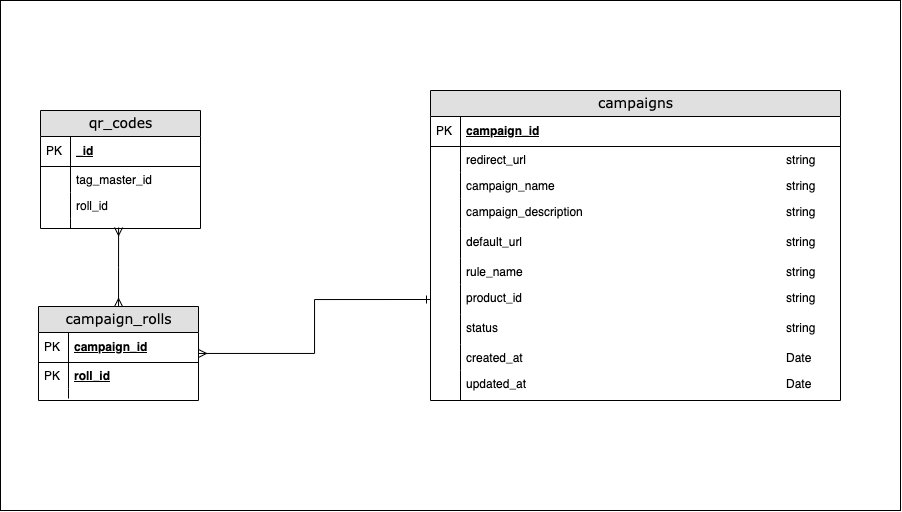
Before: db-diagram.png, a diagram exported from draw.io (dimuthulakshan/backend-challenge). Source tidied: cells renumbered, new cells last; positions are measured from the earlier drawing's top-left corner, leaving out a move shared by most shapes.
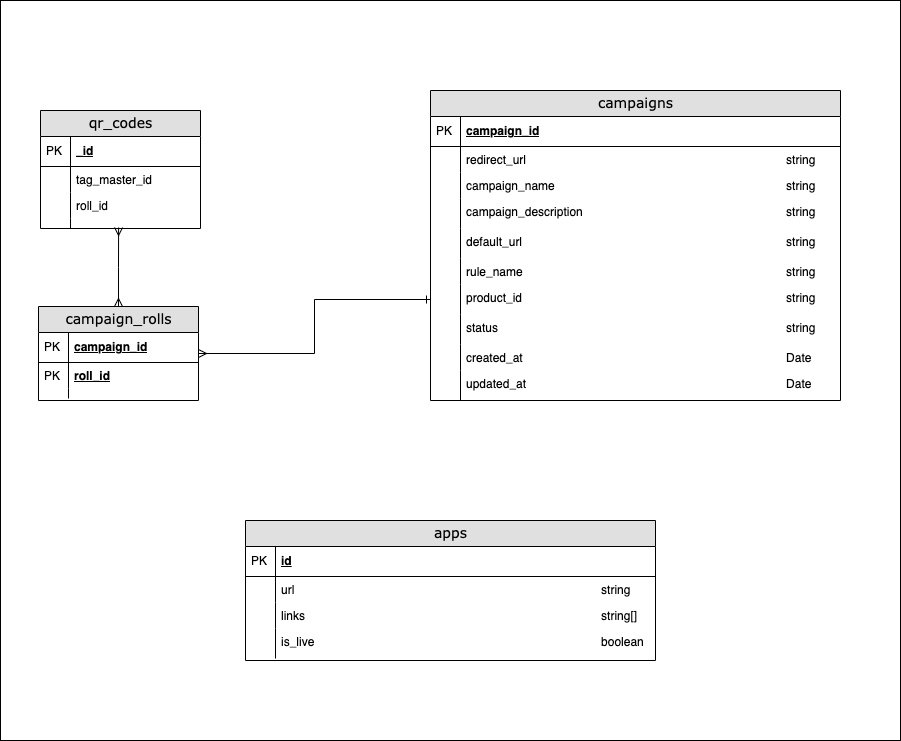
The same diagram one commit later.

Change to the diagram source:
```diff
@@ -3,7 +3,7 @@
     <mxCell id="0" />
     <mxCell id="1" parent="0" />
     <mxCell id="2" style="rounded=0;whiteSpace=wrap;html=1;" parent="1" vertex="1">
-      <mxGeometry width="900" height="510" as="geometry" />
+      <mxGeometry width="900" height="740" as="geometry" />
     </mxCell>
     <mxCell id="3" value="qr_codes" style="swimlane;html=1;fontStyle=0;horizontal=1;startSize=26;fillColor=#e0e0e0;swimlaneFillColor=#ffffff;align=center;rounded=0;shadow=0;comic=0;labelBackgroundColor=none;strokeWidth=1;fontFamily=Verdana;fontSize=14;swimlaneLine=1;" parent="1" vertex="1">
       <mxGeometry x="40" y="110" width="160" height="118" as="geometry" />
@@ -122,5 +122,32 @@
     <mxCell id="41" style="shape=partialRectangle;top=0;left=0;bottom=0;html=1;fillColor=none;align=left;verticalAlign=top;spacingLeft=4;spacingRight=4;whiteSpace=wrap;overflow=hidden;" parent="40" vertex="1">
       <mxGeometry width="30" height="10" as="geometry" />
     </mxCell>
+    <mxCell id="42" value="apps" style="swimlane;html=1;fontStyle=0;horizontal=1;startSize=26;fillColor=#e0e0e0;swimlaneFillColor=#ffffff;align=center;rounded=0;shadow=0;comic=0;labelBackgroundColor=none;strokeWidth=1;fontFamily=Verdana;fontSize=14;" parent="1" vertex="1">
+      <mxGeometry x="245" y="520" width="410" height="140" as="geometry" />
+    </mxCell>
+    <mxCell id="43" value="id" style="shape=partialRectangle;top=0;left=0;right=0;bottom=1;html=1;align=left;verticalAlign=middle;fillColor=none;spacingLeft=34;spacingRight=4;whiteSpace=wrap;overflow=hidden;fontStyle=5;" parent="42" vertex="1">
+      <mxGeometry y="26" width="410" height="30" as="geometry" />
+    </mxCell>
+    <mxCell id="44" value="PK" style="shape=partialRectangle;top=0;left=0;bottom=0;html=1;fillColor=none;align=left;verticalAlign=middle;spacingLeft=4;spacingRight=4;whiteSpace=wrap;overflow=hidden;" parent="43" vertex="1">
+      <mxGeometry width="30" height="30" as="geometry" />
+    </mxCell>
+    <mxCell id="45" value="url&lt;span style=&quot;white-space: pre;&quot;&gt;&#9;&lt;/span&gt;&lt;span style=&quot;white-space: pre;&quot;&gt;&#9;&lt;/span&gt;&lt;span style=&quot;white-space: pre;&quot;&gt;&#9;&lt;/span&gt;&lt;span style=&quot;white-space: pre;&quot;&gt;&#9;&lt;/span&gt;&lt;span style=&quot;white-space: pre;&quot;&gt;&#9;&lt;/span&gt;&lt;span style=&quot;white-space: pre;&quot;&gt;&#9;&lt;/span&gt;&lt;span style=&quot;white-space: pre;&quot;&gt;&#9;&lt;/span&gt;&lt;span style=&quot;white-space: pre;&quot;&gt;&#9;&lt;/span&gt;&lt;span style=&quot;white-space: pre;&quot;&gt;&#9;&lt;/span&gt;&lt;span style=&quot;white-space: pre;&quot;&gt;&#9;&lt;/span&gt;&lt;span style=&quot;white-space: pre;&quot;&gt;&#9;&lt;/span&gt;&lt;span style=&quot;white-space: pre;&quot;&gt;&#9;&lt;/span&gt;string" style="shape=partialRectangle;top=0;left=0;right=0;bottom=0;html=1;align=left;verticalAlign=top;fillColor=none;spacingLeft=34;spacingRight=4;whiteSpace=wrap;overflow=hidden;" parent="42" vertex="1">
+      <mxGeometry y="56" width="410" height="26" as="geometry" />
+    </mxCell>
+    <mxCell id="46" style="shape=partialRectangle;top=0;left=0;bottom=0;html=1;fillColor=none;align=left;verticalAlign=top;spacingLeft=4;spacingRight=4;whiteSpace=wrap;overflow=hidden;" parent="45" vertex="1">
+      <mxGeometry width="30" height="26" as="geometry" />
+    </mxCell>
+    <mxCell id="47" value="links&lt;span style=&quot;white-space: pre;&quot;&gt;&#9;&lt;/span&gt;&lt;span style=&quot;white-space: pre;&quot;&gt;&#9;&lt;/span&gt;&lt;span style=&quot;white-space: pre;&quot;&gt;&#9;&lt;/span&gt;&lt;span style=&quot;white-space: pre;&quot;&gt;&#9;&lt;/span&gt;&lt;span style=&quot;white-space: pre;&quot;&gt;&#9;&lt;/span&gt;&lt;span style=&quot;white-space: pre;&quot;&gt;&#9;&lt;/span&gt;&lt;span style=&quot;white-space: pre;&quot;&gt;&#9;&lt;/span&gt;&lt;span style=&quot;white-space: pre;&quot;&gt;&#9;&lt;/span&gt;&lt;span style=&quot;white-space: pre;&quot;&gt;&#9;&lt;/span&gt;&lt;span style=&quot;white-space: pre;&quot;&gt;&#9;&lt;/span&gt;&lt;span style=&quot;white-space: pre;&quot;&gt;&#9;&lt;/span&gt;&lt;span style=&quot;white-space: pre;&quot;&gt;&#9;&lt;/span&gt;string[]" style="shape=partialRectangle;top=0;left=0;right=0;bottom=0;html=1;align=left;verticalAlign=top;fillColor=none;spacingLeft=34;spacingRight=4;whiteSpace=wrap;overflow=hidden;" parent="42" vertex="1">
+      <mxGeometry y="82" width="410" height="26" as="geometry" />
+    </mxCell>
+    <mxCell id="48" style="shape=partialRectangle;top=0;left=0;bottom=0;html=1;fillColor=none;align=left;verticalAlign=top;spacingLeft=4;spacingRight=4;whiteSpace=wrap;overflow=hidden;" parent="47" vertex="1">
+      <mxGeometry width="30" height="26" as="geometry" />
+    </mxCell>
+    <mxCell id="49" value="is_live&lt;span style=&quot;white-space: pre;&quot;&gt;&#9;&lt;/span&gt;&lt;span style=&quot;white-space: pre;&quot;&gt;&#9;&lt;/span&gt;&lt;span style=&quot;white-space: pre;&quot;&gt;&#9;&lt;/span&gt;&lt;span style=&quot;white-space: pre;&quot;&gt;&#9;&lt;/span&gt;&lt;span style=&quot;white-space: pre;&quot;&gt;&#9;&lt;/span&gt;&lt;span style=&quot;white-space: pre;&quot;&gt;&#9;&lt;/span&gt;&lt;span style=&quot;white-space: pre;&quot;&gt;&#9;&lt;/span&gt;&lt;span style=&quot;white-space: pre;&quot;&gt;&#9;&lt;/span&gt;&lt;span style=&quot;white-space: pre;&quot;&gt;&#9;&lt;/span&gt;&lt;span style=&quot;white-space: pre;&quot;&gt;&#9;&lt;/span&gt;&lt;span style=&quot;white-space: pre;&quot;&gt;&#9;&lt;/span&gt;boolean" style="shape=partialRectangle;top=0;left=0;right=0;bottom=0;html=1;align=left;verticalAlign=top;fillColor=none;spacingLeft=34;spacingRight=4;whiteSpace=wrap;overflow=hidden;" parent="42" vertex="1">
+      <mxGeometry y="108" width="410" height="30" as="geometry" />
+    </mxCell>
+    <mxCell id="50" style="shape=partialRectangle;top=0;left=0;bottom=0;html=1;fillColor=none;align=left;verticalAlign=top;spacingLeft=4;spacingRight=4;whiteSpace=wrap;overflow=hidden;" parent="49" vertex="1">
+      <mxGeometry width="30" height="30" as="geometry" />
+    </mxCell>
   </root>
 </mxGraphModel>
```
